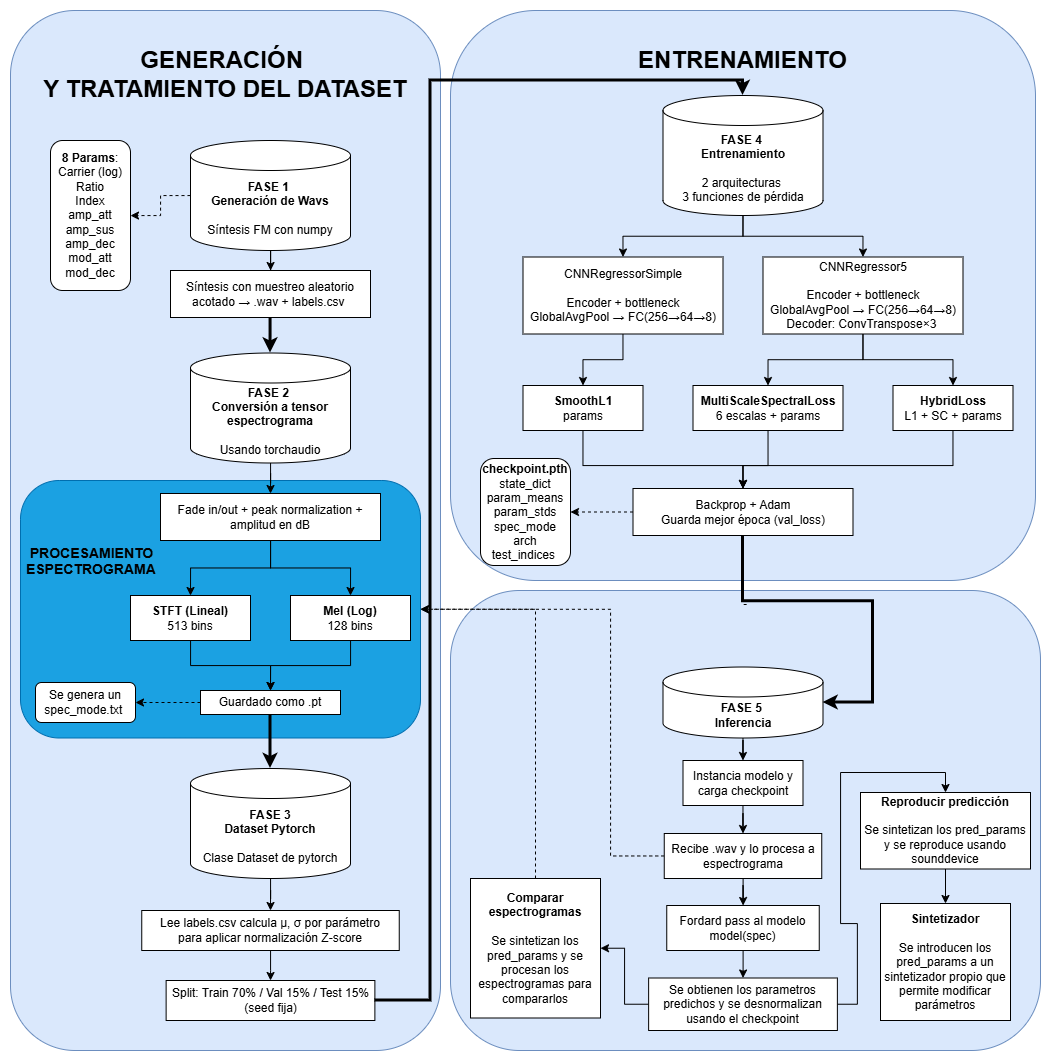
Angelji06/TFG-Inferencia-de-sonidos-musicales-usando-sintetizadores-e-IA keeps this draw.io diagram as Prototipo5/Documentacion/diagrama.png. Above is the earlier version. Source tidied: cells renumbered, new cells last; positions are measured from the earlier drawing's top-left corner, leaving out a move shared by most shapes.
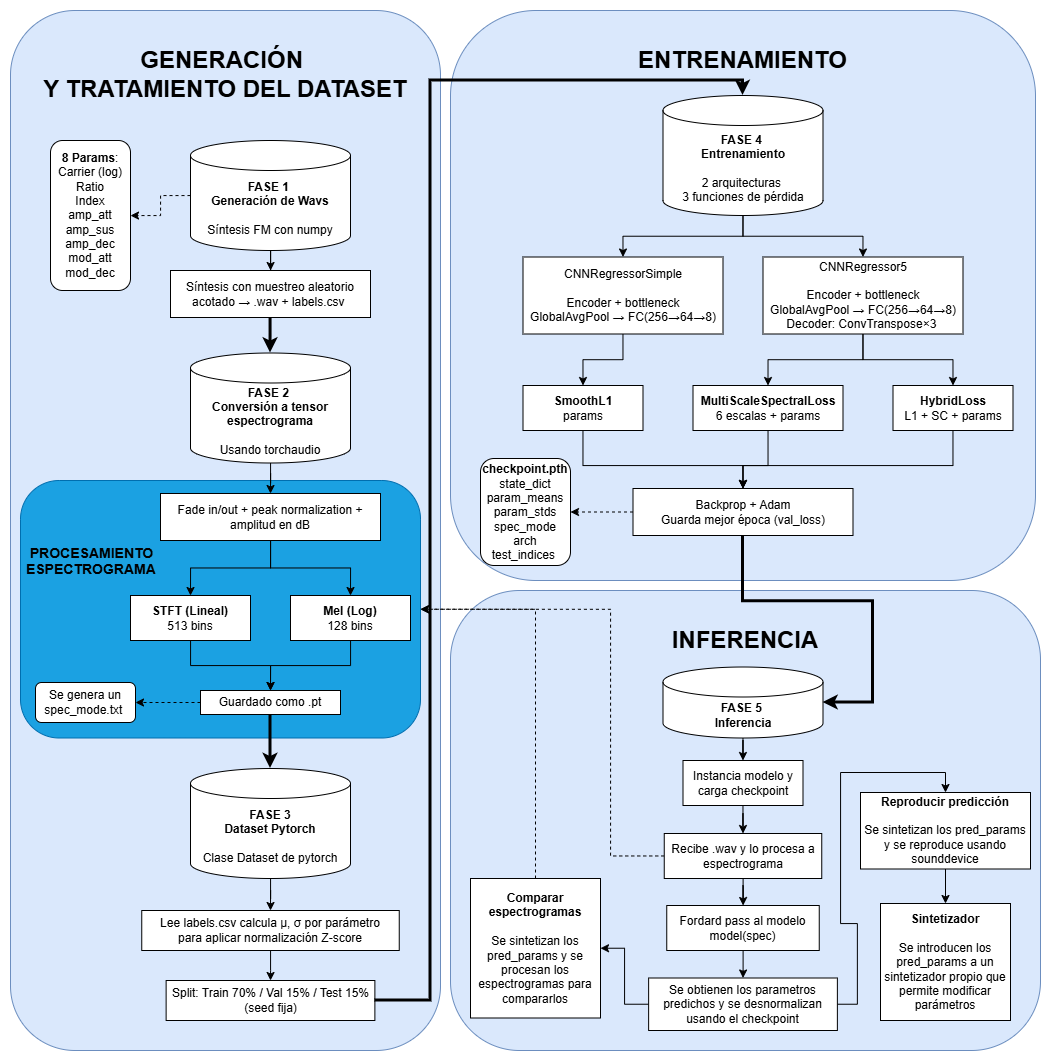
After the commit.

What changed in the source:
```diff
@@ -8,7 +8,7 @@
     <mxCell id="3" value="&lt;div&gt;&lt;b style=&quot;font-size: 24px; background-color: transparent; color: light-dark(rgb(0, 0, 0), rgb(255, 255, 255));&quot;&gt;&lt;br&gt;&lt;/b&gt;&lt;/div&gt;&lt;div&gt;&lt;b style=&quot;font-size: 24px; background-color: transparent; color: light-dark(rgb(0, 0, 0), rgb(255, 255, 255));&quot;&gt;&lt;br&gt;&lt;/b&gt;&lt;/div&gt;&lt;div&gt;&lt;b style=&quot;background-color: transparent; color: light-dark(rgb(0, 0, 0), rgb(255, 255, 255));&quot;&gt;&lt;font style=&quot;font-size: 14px;&quot;&gt;&amp;nbsp;&lt;/font&gt;&lt;/b&gt;&lt;b style=&quot;background-color: transparent; color: light-dark(rgb(0, 0, 0), rgb(255, 255, 255));&quot;&gt;&lt;font style=&quot;font-size: 14px;&quot;&gt;&amp;nbsp;PROCESAMIENTO&lt;/font&gt;&lt;/b&gt;&lt;/div&gt;&lt;div&gt;&lt;b style=&quot;background-color: transparent; color: light-dark(rgb(0, 0, 0), rgb(255, 255, 255));&quot;&gt;&lt;font style=&quot;font-size: 14px;&quot;&gt;&amp;nbsp;ESPECTROGRAMA&lt;/font&gt;&lt;/b&gt;&lt;/div&gt;" style="rounded=1;whiteSpace=wrap;html=1;fontSize=11;verticalAlign=top;fillColor=#1ba1e2;fontColor=#ffffff;strokeColor=#006EAF;align=left;" parent="1" vertex="1">
       <mxGeometry x="10" y="470" width="400" height="257.5" as="geometry" />
     </mxCell>
-    <mxCell id="4" value="-" style="rounded=1;whiteSpace=wrap;html=1;fillColor=#dae8fc;strokeColor=#6c8ebf;fontSize=11;verticalAlign=top;" parent="1" vertex="1">
+    <mxCell id="4" value="&lt;b style=&quot;forced-color-adjust: none; font-family: Helvetica; font-size: 24px; font-style: normal; font-variant-ligatures: normal; font-variant-caps: normal; letter-spacing: normal; orphans: 2; text-align: center; text-indent: 0px; text-transform: none; widows: 2; word-spacing: 0px; -webkit-text-stroke-width: 0px; white-space: normal; text-decoration-thickness: initial; text-decoration-style: initial; text-decoration-color: initial; box-shadow: none !important;&quot;&gt;&lt;font style=&quot;color: light-dark(rgb(0, 0, 0), rgb(255, 255, 255));&quot;&gt;&lt;br class=&quot;Apple-interchange-newline&quot;&gt;INFERENCIA&lt;/font&gt;&lt;/b&gt;&lt;div&gt;&lt;br&gt;&lt;/div&gt;" style="rounded=1;whiteSpace=wrap;html=1;fillColor=#dae8fc;strokeColor=#6c8ebf;fontSize=11;verticalAlign=top;" parent="1" vertex="1">
       <mxGeometry x="440" y="580" width="590" height="460" as="geometry" />
     </mxCell>
     <mxCell id="5" value="&lt;div&gt;&lt;b&gt;&lt;font style=&quot;font-size: 24px;&quot;&gt;&lt;br&gt;&lt;/font&gt;&lt;/b&gt;&lt;/div&gt;&lt;span style=&quot;font-size: 24px;&quot;&gt;&lt;b&gt;ENTRENAMIENTO&lt;/b&gt;&lt;/span&gt;" style="rounded=1;whiteSpace=wrap;html=1;fillColor=#dae8fc;strokeColor=#6c8ebf;fontSize=11;verticalAlign=top;" parent="1" vertex="1">
```
